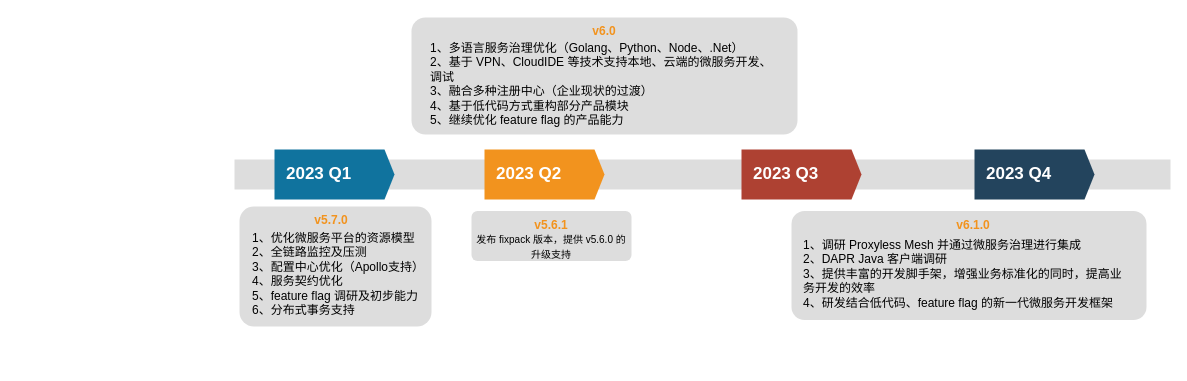
This is TMF-roadmap.drawio from wangjinxiu/draw.io, a draw.io file, before an edit. Source tidied: cells renumbered, new cells numbered last; positions are measured from the earlier drawing's top-left corner, leaving out a move shared by most shapes. Both pictures are drawn from the tidied source at 100%, with x=0, y=0 at pixel (234, 17).
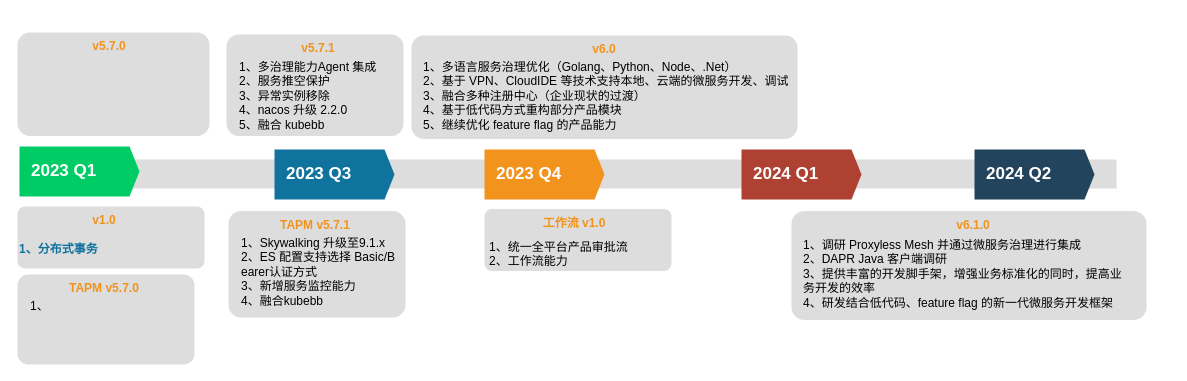
The same diagram, later.

Change to the diagram source:
```diff
@@
     <mxCell id="2" style="fillColor=#dddddd;rounded=0;strokeColor=none;" parent="1" vertex="1">
-      <mxGeometry y="142" width="936" height="30" as="geometry" />
+      <mxGeometry x="-215" y="142" width="1097" height="29" as="geometry" />
     </mxCell>
-    <mxCell id="3" value="2023 Q1" style="shape=mxgraph.infographic.ribbonSimple;notch1=0;notch2=10;notch=0;html=1;fillColor=#10739E;strokeColor=none;shadow=0;fontSize=17;fontColor=#FFFFFF;align=left;spacingLeft=10;fontStyle=1;" parent="1" vertex="1">
+    <mxCell id="3" value="2023 Q3" style="shape=mxgraph.infographic.ribbonSimple;notch1=0;notch2=10;notch=0;html=1;fillColor=#10739E;strokeColor=none;shadow=0;fontSize=17;fontColor=#FFFFFF;align=left;spacingLeft=10;fontStyle=1;" parent="1" vertex="1">
       <mxGeometry x="40" y="132" width="120" height="50" as="geometry" />
     </mxCell>
-    <mxCell id="4" value="2023 Q2" style="shape=mxgraph.infographic.ribbonSimple;notch1=0;notch2=10;notch=0;html=1;fillColor=#F2931E;strokeColor=none;shadow=0;fontSize=17;fontColor=#FFFFFF;align=left;spacingLeft=10;fontStyle=1;" parent="1" vertex="1">
+    <mxCell id="4" value="2023 Q4" style="shape=mxgraph.infographic.ribbonSimple;notch1=0;notch2=10;notch=0;html=1;fillColor=#F2931E;strokeColor=none;shadow=0;fontSize=17;fontColor=#FFFFFF;align=left;spacingLeft=10;fontStyle=1;" parent="1" vertex="1">
       <mxGeometry x="250" y="132" width="120" height="50" as="geometry" />
     </mxCell>
-    <mxCell id="5" value="2023 Q3" style="shape=mxgraph.infographic.ribbonSimple;notch1=0;notch2=10;notch=0;html=1;fillColor=#AE4132;strokeColor=none;shadow=0;fontSize=17;fontColor=#FFFFFF;align=left;spacingLeft=10;fontStyle=1;" parent="1" vertex="1">
+    <mxCell id="5" value="2024 Q1" style="shape=mxgraph.infographic.ribbonSimple;notch1=0;notch2=10;notch=0;html=1;fillColor=#AE4132;strokeColor=none;shadow=0;fontSize=17;fontColor=#FFFFFF;align=left;spacingLeft=10;fontStyle=1;" parent="1" vertex="1">
       <mxGeometry x="507" y="132" width="120" height="50" as="geometry" />
     </mxCell>
-    <mxCell id="6" value="2023 Q4" style="shape=mxgraph.infographic.ribbonSimple;notch1=0;notch2=10;notch=0;html=1;fillColor=#23445D;strokeColor=none;shadow=0;fontSize=17;fontColor=#FFFFFF;align=left;spacingLeft=10;fontStyle=1;" parent="1" vertex="1">
+    <mxCell id="6" value="2024 Q2" style="shape=mxgraph.infographic.ribbonSimple;notch1=0;notch2=10;notch=0;html=1;fillColor=#23445D;strokeColor=none;shadow=0;fontSize=17;fontColor=#FFFFFF;align=left;spacingLeft=10;fontStyle=1;" parent="1" vertex="1">
       <mxGeometry x="740" y="132" width="120" height="50" as="geometry" />
     </mxCell>
-    <mxCell id="7" value="&lt;b style=&quot;color: rgb(242 , 147 , 30)&quot;&gt;&amp;nbsp; &amp;nbsp; &amp;nbsp; &amp;nbsp; &amp;nbsp; &amp;nbsp; &amp;nbsp; &amp;nbsp; &amp;nbsp; &amp;nbsp; &amp;nbsp; v5.7.0&lt;/b&gt;&lt;font color=&quot;#10739e&quot;&gt;&lt;span&gt;&lt;br&gt;&lt;br&gt;&lt;/span&gt;&lt;br&gt;&lt;/font&gt;" style="rounded=1;strokeColor=none;fillColor=#DDDDDD;align=left;arcSize=12;verticalAlign=top;whiteSpace=wrap;html=1;fontSize=12;fontStyle=1;" parent="1" vertex="1">
-      <mxGeometry x="5" y="189" width="192" height="120" as="geometry" />
+    <mxCell id="7" value="&lt;b style=&quot;color: rgb(242 , 147 , 30)&quot;&gt;&amp;nbsp; &amp;nbsp; &amp;nbsp; &amp;nbsp; &amp;nbsp; &amp;nbsp; &amp;nbsp; &amp;nbsp; &amp;nbsp; &amp;nbsp; &amp;nbsp; v5.7.1&lt;/b&gt;&lt;font color=&quot;#10739e&quot;&gt;&lt;span&gt;&lt;br&gt;&lt;br&gt;&lt;/span&gt;&lt;br&gt;&lt;/font&gt;" style="rounded=1;strokeColor=none;fillColor=#DDDDDD;align=left;arcSize=12;verticalAlign=top;whiteSpace=wrap;html=1;fontSize=12;fontStyle=1;" parent="1" vertex="1">
+      <mxGeometry x="-8" y="17" width="177" height="101.5" as="geometry" />
     </mxCell>
-    <mxCell id="8" value="1、优化微服务平台的资源模型&lt;br&gt;2、全链路监控及压测&lt;br&gt;3、配置中心优化（Apollo支持）&lt;br&gt;4、服务契约优化&lt;br&gt;5、feature flag 调研及初步能力&lt;br&gt;6、分布式事务支持&lt;br&gt;&lt;div&gt;&lt;/div&gt;" style="text;html=1;" parent="1" vertex="1">
-      <mxGeometry x="16" y="207" width="202" height="102" as="geometry" />
+    <mxCell id="8" value="1、多治理能力Agent 集成&lt;br&gt;2、服务推空保护&lt;br&gt;3、异常实例移除&lt;br&gt;4、nacos 升级 2.2.0&lt;br&gt;5、融合 kubebb&lt;br&gt;&lt;div&gt;&lt;/div&gt;" style="text;html=1;" parent="1" vertex="1">
+      <mxGeometry x="3" y="36" width="159" height="54" as="geometry" />
     </mxCell>
@@
     <mxCell id="10" value="&lt;font style=&quot;font-size: 10px&quot;&gt;&lt;font style=&quot;font-size: 12px&quot; color=&quot;#F2931E&quot;&gt;&lt;b&gt;v6.0&lt;/b&gt;&lt;/font&gt;&lt;br&gt;&lt;/font&gt;" style="rounded=1;strokeColor=none;fillColor=#DDDDDD;align=center;arcSize=12;verticalAlign=top;whiteSpace=wrap;html=1;fontSize=12;" parent="1" vertex="1">
-      <mxGeometry x="177" width="386" height="117" as="geometry" />
+      <mxGeometry x="177" y="18" width="386" height="103.5" as="geometry" />
     </mxCell>
-    <mxCell id="11" value="&lt;font style=&quot;font-size: 10px&quot;&gt;&lt;font style=&quot;font-size: 12px&quot; color=&quot;#F2931E&quot;&gt;&lt;b&gt;v5.6.1&lt;br&gt;&lt;/b&gt;&lt;/font&gt;发布 fixpack 版本，提供 v5.6.0 的升级支持&lt;br&gt;&lt;/font&gt;" style="rounded=1;strokeColor=none;fillColor=#DDDDDD;align=center;arcSize=12;verticalAlign=top;whiteSpace=wrap;html=1;fontSize=12;" parent="1" vertex="1">
-      <mxGeometry x="237" y="193.5" width="160" height="50" as="geometry" />
-    </mxCell>
     <mxCell id="12" value="&lt;div&gt;1、多语言服务治理优化（Golang、Python、Node、.Net）&lt;/div&gt;&lt;span style=&quot;white-space: nowrap&quot;&gt;2、&lt;/span&gt;基于 VPN、CloudIDE 等技术支持本地、云端的微服务开发、调试&lt;br&gt;&lt;span style=&quot;white-space: nowrap&quot;&gt;3、融合&lt;/span&gt;多种注册中心（企业现状的过渡）&lt;br&gt;&lt;span style=&quot;white-space: nowrap&quot;&gt;4、&lt;/span&gt;基于低代码方式重构部分产品模块&lt;br&gt;&lt;span style=&quot;white-space: nowrap&quot;&gt;5、继续优化 feature flag 的产品能力&lt;br&gt;&lt;/span&gt;" style="text;html=1;whiteSpace=wrap;" parent="1" vertex="1">
-      <mxGeometry x="194" y="17" width="350" height="85" as="geometry" />
+      <mxGeometry x="187" y="36" width="376" height="86" as="geometry" />
     </mxCell>
@@
+    <mxCell id="14" value="2023 Q1" style="shape=mxgraph.infographic.ribbonSimple;notch1=0;notch2=10;notch=0;html=1;fillColor=#00CC66;strokeColor=none;shadow=0;fontSize=17;fontColor=#FFFFFF;align=left;spacingLeft=10;fontStyle=1;" parent="1" vertex="1">
+      <mxGeometry x="-215" y="129" width="120" height="50" as="geometry" />
+    </mxCell>
+    <mxCell id="15" value="&lt;b style=&quot;color: rgb(242 , 147 , 30)&quot;&gt;&amp;nbsp; &amp;nbsp; &amp;nbsp; &amp;nbsp; &amp;nbsp; &amp;nbsp; &amp;nbsp; &amp;nbsp; &amp;nbsp; &amp;nbsp; &amp;nbsp; v5.7.0&lt;/b&gt;&lt;font color=&quot;#10739e&quot;&gt;&lt;span&gt;&lt;br&gt;&lt;br&gt;&lt;/span&gt;&lt;br&gt;&lt;/font&gt;" style="rounded=1;strokeColor=none;fillColor=#DDDDDD;align=left;arcSize=12;verticalAlign=top;whiteSpace=wrap;html=1;fontSize=12;fontStyle=1;" parent="1" vertex="1">
+      <mxGeometry x="-217" y="15" width="192" height="103.5" as="geometry" />
+    </mxCell>
+    <mxCell id="16" value="&lt;b style=&quot;color: rgb(242 , 147 , 30)&quot;&gt;&amp;nbsp; &amp;nbsp; &amp;nbsp; &amp;nbsp; &amp;nbsp; &amp;nbsp; &amp;nbsp; &amp;nbsp; &amp;nbsp; &amp;nbsp; &amp;nbsp; v1.0&lt;/b&gt;&lt;font color=&quot;#10739e&quot;&gt;&lt;span&gt;&lt;br&gt;&lt;br&gt;&lt;/span&gt;1、分布式事务&lt;br&gt;&lt;/font&gt;" style="rounded=1;strokeColor=none;fillColor=#DDDDDD;align=left;arcSize=12;verticalAlign=top;whiteSpace=wrap;html=1;fontSize=12;fontStyle=1;" parent="1" vertex="1">
+      <mxGeometry x="-217" y="189" width="187" height="62" as="geometry" />
+    </mxCell>
+    <mxCell id="17" value="&lt;b style=&quot;color: rgb(242 , 147 , 30)&quot;&gt;&amp;nbsp; &amp;nbsp; &amp;nbsp; &amp;nbsp; &amp;nbsp; &amp;nbsp; &amp;nbsp; &amp;nbsp;TAPM v5.7.0&lt;/b&gt;&lt;font color=&quot;#10739e&quot;&gt;&lt;span&gt;&lt;br&gt;&lt;br&gt;&lt;/span&gt;&lt;br&gt;&lt;/font&gt;" style="rounded=1;strokeColor=none;fillColor=#DDDDDD;align=left;arcSize=12;verticalAlign=top;whiteSpace=wrap;html=1;fontSize=12;fontStyle=1;" parent="1" vertex="1">
+      <mxGeometry x="-217" y="257" width="177" height="90" as="geometry" />
+    </mxCell>
+    <mxCell id="18" value="1、&lt;br&gt;&lt;div&gt;&lt;/div&gt;" style="text;html=1;" parent="1" vertex="1">
+      <mxGeometry x="-206" y="275" width="159" height="54" as="geometry" />
+    </mxCell>
+    <mxCell id="19" value="&lt;b style=&quot;color: rgb(242 , 147 , 30)&quot;&gt;&amp;nbsp; &amp;nbsp; &amp;nbsp; &amp;nbsp; &amp;nbsp; &amp;nbsp; &amp;nbsp; &amp;nbsp;TAPM v5.7.1&lt;/b&gt;&lt;font color=&quot;#10739e&quot;&gt;&lt;span&gt;&lt;br&gt;&lt;br&gt;&lt;/span&gt;&lt;br&gt;&lt;/font&gt;" style="rounded=1;strokeColor=none;fillColor=#DDDDDD;align=left;arcSize=12;verticalAlign=top;whiteSpace=wrap;html=1;fontSize=12;fontStyle=1;" parent="1" vertex="1">
+      <mxGeometry x="-6" y="193.5" width="177" height="106.5" as="geometry" />
+    </mxCell>
+    <mxCell id="20" value="1、Skywalking 升级至9.1.x&lt;br&gt;2、ES 配置支持选择 Basic/B&lt;br&gt;earer认证方式&lt;br&gt;3、新增服务监控能力&lt;br&gt;4、融合kubebb&lt;br&gt;&lt;div&gt;&lt;/div&gt;" style="text;html=1;" parent="1" vertex="1">
+      <mxGeometry x="5" y="211.5" width="159" height="54" as="geometry" />
+    </mxCell>
+    <mxCell id="21" value="&lt;b style=&quot;color: rgb(242 , 147 , 30)&quot;&gt;&amp;nbsp; &amp;nbsp; &amp;nbsp; &amp;nbsp; &amp;nbsp; &amp;nbsp; &amp;nbsp; &amp;nbsp; &amp;nbsp;工作流 v1.0&lt;/b&gt;&lt;font color=&quot;#10739e&quot;&gt;&lt;span&gt;&lt;br&gt;&lt;/span&gt;&lt;br&gt;&lt;/font&gt;" style="rounded=1;strokeColor=none;fillColor=#DDDDDD;align=left;arcSize=12;verticalAlign=top;whiteSpace=wrap;html=1;fontSize=12;fontStyle=1;" parent="1" vertex="1">
+      <mxGeometry x="250" y="191.5" width="187" height="62" as="geometry" />
+    </mxCell>
+    <mxCell id="22" value="&lt;div&gt;&lt;/div&gt;&lt;div&gt;1、统一全平台产品审批流&lt;br&gt;&lt;/div&gt;&lt;div&gt;2、工作流能力&lt;/div&gt;" style="text;html=1;whiteSpace=wrap;" parent="1" vertex="1">
+      <mxGeometry x="253" y="215.5" width="177" height="41.5" as="geometry" />
+    </mxCell>
```
